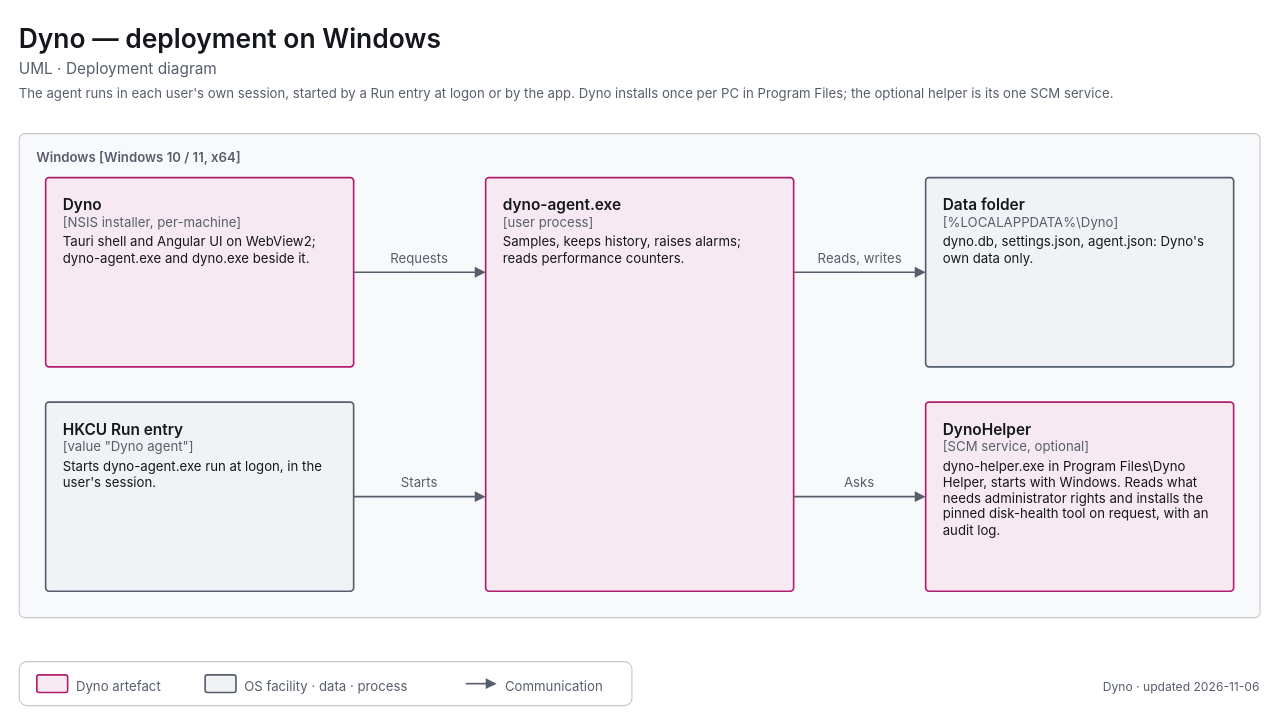
decryp7/paddock keeps this draw.io diagram as apps/dyno/diagrams/uml-deployment-windows.drawio. Above is the earlier version. Source tidied: cells renumbered, new cells numbered last; positions are measured from the earlier drawing's top-left corner, leaving out a move shared by most shapes. Both pictures are drawn from the tidied source at 110%, with x=0, y=0 at pixel (19, 19).
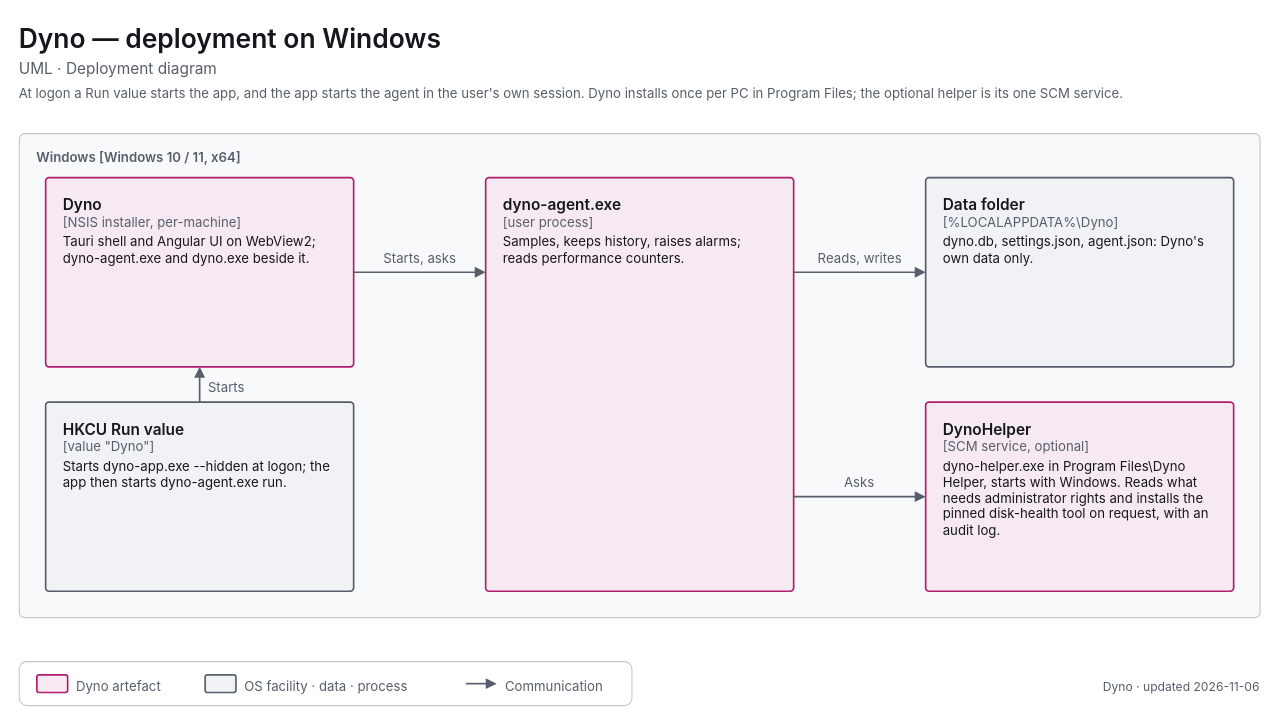
The same page after the edit.

Commit message (it also covers changes not shown here):
docs(dyno): Windows logon starts the app; check list order, Linux unit, second account

Unchanged cells that the change refers to:
```xml
<mxCell id="6" value="&lt;span style=&quot;font-size:14px;font-weight:600&quot;&gt;Dyno&lt;/span&gt;&lt;br&gt;&lt;span style=&quot;font-size:12px;color:light-dark(#565E6B,#A0A7B2)&quot;&gt;[NSIS installer, per-machine]&lt;/span&gt;&lt;br&gt;&lt;div style=&quot;margin-top:4px;font-size:12px&quot;&gt;Tauri shell and Angular UI on WebView2; dyno-agent.exe and dyno.exe beside it.&lt;/div&gt;" style="html=1;whiteSpace=wrap;fontFamily=-apple-system,BlinkMacSystemFont,Segoe UI,system-ui,sans-serif;fontSize=12;fontColor=light-dark(#14171C,#ECEEF1);rounded=1;absoluteArcSize=1;arcSize=6;strokeWidth=1.5;strokeColor=light-dark(#B01E6E,#F063A8);fillColor=light-dark(#F7E9F1,#382332);align=left;verticalAlign=top;spacingLeft=14;spacingRight=14;spacingTop=10;spacingBottom=8;" parent="1" vertex="1">
  <mxGeometry x="24" y="144" width="280" height="172" as="geometry" />
</mxCell>
<mxCell id="8" value="&lt;span style=&quot;font-size:14px;font-weight:600&quot;&gt;dyno-agent.exe&lt;/span&gt;&lt;br&gt;&lt;span style=&quot;font-size:12px;color:light-dark(#565E6B,#A0A7B2)&quot;&gt;[user process]&lt;/span&gt;&lt;br&gt;&lt;div style=&quot;margin-top:4px;font-size:12px&quot;&gt;Samples, keeps history, raises alarms; reads performance counters.&lt;/div&gt;" style="html=1;whiteSpace=wrap;fontFamily=-apple-system,BlinkMacSystemFont,Segoe UI,system-ui,sans-serif;fontSize=12;fontColor=light-dark(#14171C,#ECEEF1);rounded=1;absoluteArcSize=1;arcSize=6;strokeWidth=1.5;strokeColor=light-dark(#B01E6E,#F063A8);fillColor=light-dark(#F7E9F1,#382332);align=left;verticalAlign=top;spacingLeft=14;spacingRight=14;spacingTop=10;spacingBottom=8;" parent="1" vertex="1">
  <mxGeometry x="424" y="144" width="280" height="376" as="geometry" />
</mxCell>
```

Change to the diagram source:
```diff
@@
-    <mxCell id="4" value="&lt;span style=&quot;font-size:12px;font-weight:400&quot;&gt;The agent runs in each user's own session, started by a Run entry at logon or by the app. Dyno installs once per PC in Program Files; the optional helper is its one SCM service.&lt;/span&gt;" style="html=1;whiteSpace=wrap;fontFamily=-apple-system,BlinkMacSystemFont,Segoe UI,system-ui,sans-serif;fontSize=12;fontColor=light-dark(#14171C,#ECEEF1);text;strokeColor=none;fillColor=none;align=left;verticalAlign=top;spacing=0;fontColor=light-dark(#565E6B,#A0A7B2);" parent="1" vertex="1">
+    <mxCell id="4" value="&lt;span style=&quot;font-size:12px;font-weight:400&quot;&gt;At logon a Run value starts the app, and the app starts the agent in the user's own session. Dyno installs once per PC in Program Files; the optional helper is its one SCM service.&lt;/span&gt;" style="html=1;whiteSpace=wrap;fontFamily=-apple-system,BlinkMacSystemFont,Segoe UI,system-ui,sans-serif;fontSize=12;fontColor=light-dark(#14171C,#ECEEF1);text;strokeColor=none;fillColor=none;align=left;verticalAlign=top;spacing=0;fontColor=light-dark(#565E6B,#A0A7B2);" parent="1" vertex="1">
       <mxGeometry y="56" width="1104" height="20" as="geometry" />
     </mxCell>
@@
-    <mxCell id="7" value="&lt;span style=&quot;font-size:14px;font-weight:600&quot;&gt;HKCU Run entry&lt;/span&gt;&lt;br&gt;&lt;span style=&quot;font-size:12px;color:light-dark(#565E6B,#A0A7B2)&quot;&gt;[value &amp;quot;Dyno agent&amp;quot;]&lt;/span&gt;&lt;br&gt;&lt;div style=&quot;margin-top:4px;font-size:12px&quot;&gt;Starts dyno-agent.exe run at logon, in the user's session.&lt;/div&gt;" style="html=1;whiteSpace=wrap;fontFamily=-apple-system,BlinkMacSystemFont,Segoe UI,system-ui,sans-serif;fontSize=12;fontColor=light-dark(#14171C,#ECEEF1);rounded=1;absoluteArcSize=1;arcSize=6;strokeWidth=1.5;strokeColor=light-dark(#565E6B,#A0A7B2);fillColor=light-dark(#F0F2F5,#1B1E23);align=left;verticalAlign=top;spacingLeft=14;spacingRight=14;spacingTop=10;spacingBottom=8;" parent="1" vertex="1">
+    <mxCell id="7" value="&lt;span style=&quot;font-size:14px;font-weight:600&quot;&gt;HKCU Run value&lt;/span&gt;&lt;br&gt;&lt;span style=&quot;font-size:12px;color:light-dark(#565E6B,#A0A7B2)&quot;&gt;[value &amp;quot;Dyno&amp;quot;]&lt;/span&gt;&lt;br&gt;&lt;div style=&quot;margin-top:4px;font-size:12px&quot;&gt;Starts dyno-app.exe --hidden at logon; the app then starts dyno-agent.exe run.&lt;/div&gt;" style="html=1;whiteSpace=wrap;fontFamily=-apple-system,BlinkMacSystemFont,Segoe UI,system-ui,sans-serif;fontSize=12;fontColor=light-dark(#14171C,#ECEEF1);rounded=1;absoluteArcSize=1;arcSize=6;strokeWidth=1.5;strokeColor=light-dark(#565E6B,#A0A7B2);fillColor=light-dark(#F0F2F5,#1B1E23);align=left;verticalAlign=top;spacingLeft=14;spacingRight=14;spacingTop=10;spacingBottom=8;" parent="1" vertex="1">
       <mxGeometry x="24" y="348" width="280" height="172" as="geometry" />
     </mxCell>
@@
-    <mxCell id="12" value="&lt;span style=&quot;font-size:12px;font-weight:400&quot;&gt;Requests&lt;/span&gt;" style="html=1;whiteSpace=wrap;fontFamily=-apple-system,BlinkMacSystemFont,Segoe UI,system-ui,sans-serif;fontSize=12;fontColor=light-dark(#14171C,#ECEEF1);text;strokeColor=none;fillColor=none;align=center;verticalAlign=top;spacing=0;fontColor=light-dark(#565E6B,#A0A7B2);" parent="1" vertex="1">
-      <mxGeometry x="331" y="206" width="66" height="18" as="geometry" />
+    <mxCell id="12" value="&lt;span style=&quot;font-size:12px;font-weight:400&quot;&gt;Starts, asks&lt;/span&gt;" style="html=1;whiteSpace=wrap;fontFamily=-apple-system,BlinkMacSystemFont,Segoe UI,system-ui,sans-serif;fontSize=12;fontColor=light-dark(#14171C,#ECEEF1);text;strokeColor=none;fillColor=none;align=center;verticalAlign=top;spacing=0;fontColor=light-dark(#565E6B,#A0A7B2);" parent="1" vertex="1">
+      <mxGeometry x="321" y="206" width="87" height="18" as="geometry" />
     </mxCell>
-    <mxCell id="13" style="edgeStyle=orthogonalEdgeStyle;rounded=1;arcSize=8;jettySize=auto;html=1;strokeWidth=1.5;strokeColor=light-dark(#565E6B,#A0A7B2);endArrow=block;endFill=1;endSize=6;startArrow=none;startFill=0;startSize=8;exitX=1.0000;exitY=0.5000;exitDx=0;exitDy=0;exitPerimeter=0;entryX=0.0000;entryY=0.7713;entryDx=0;entryDy=0;entryPerimeter=0;" parent="1" edge="1" source="7" target="8">
+    <mxCell id="13" style="edgeStyle=orthogonalEdgeStyle;rounded=1;arcSize=8;jettySize=auto;html=1;strokeWidth=1.5;strokeColor=light-dark(#565E6B,#A0A7B2);endArrow=block;endFill=1;endSize=6;startArrow=none;startFill=0;startSize=8;exitX=0.5000;exitY=0.0000;exitDx=0;exitDy=0;exitPerimeter=0;entryX=0.5000;entryY=1.0000;entryDx=0;entryDy=0;entryPerimeter=0;" parent="1" edge="1" source="7" target="6">
       <mxGeometry relative="1" as="geometry" />
     </mxCell>
-    <mxCell id="14" value="&lt;span style=&quot;font-size:12px;font-weight:400&quot;&gt;Starts&lt;/span&gt;" style="html=1;whiteSpace=wrap;fontFamily=-apple-system,BlinkMacSystemFont,Segoe UI,system-ui,sans-serif;fontSize=12;fontColor=light-dark(#14171C,#ECEEF1);text;strokeColor=none;fillColor=none;align=center;verticalAlign=top;spacing=0;fontColor=light-dark(#565E6B,#A0A7B2);" parent="1" vertex="1">
-      <mxGeometry x="338" y="410" width="52" height="18" as="geometry" />
+    <mxCell id="14" value="&lt;span style=&quot;font-size:12px;font-weight:400&quot;&gt;Starts&lt;/span&gt;" style="html=1;whiteSpace=wrap;fontFamily=-apple-system,BlinkMacSystemFont,Segoe UI,system-ui,sans-serif;fontSize=12;fontColor=light-dark(#14171C,#ECEEF1);text;strokeColor=none;fillColor=none;align=left;verticalAlign=top;spacing=0;fontColor=light-dark(#565E6B,#A0A7B2);" parent="1" vertex="1">
+      <mxGeometry x="172" y="323" width="52" height="18" as="geometry" />
     </mxCell>
```
